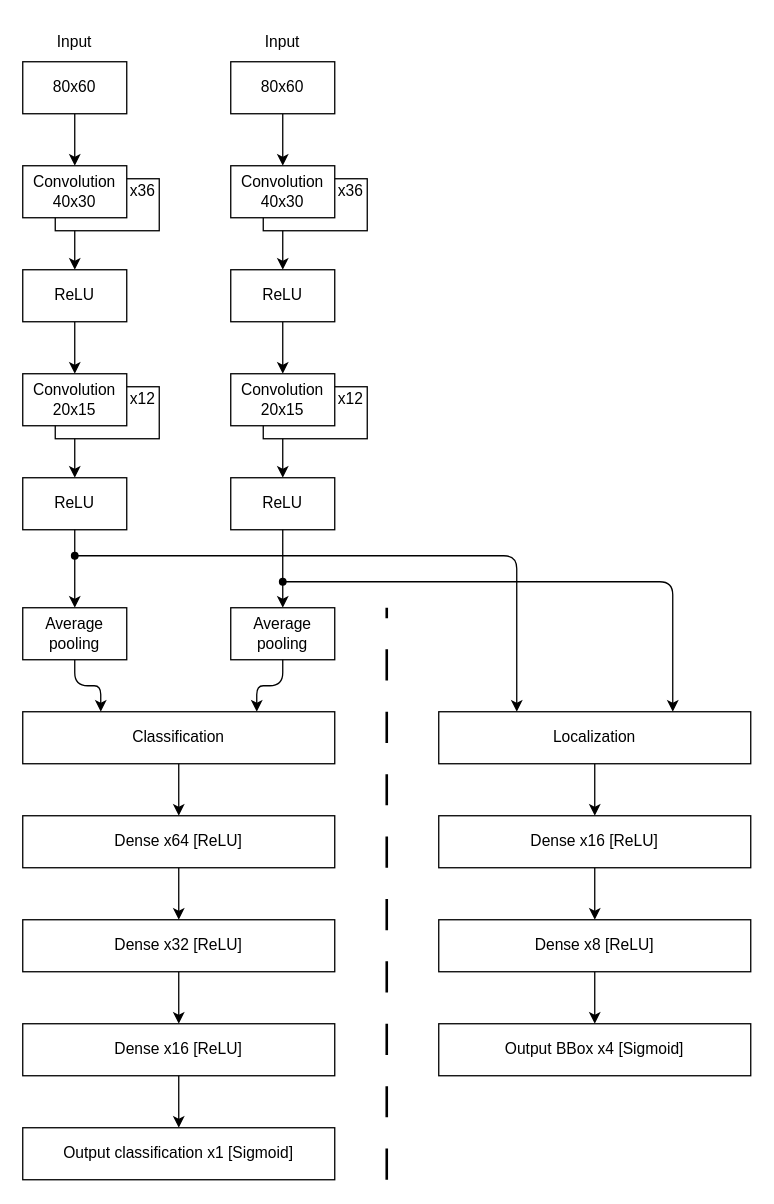
Earlier version of the draw.io diagram documentation/Model_architecture.drawio (Trondster/CS4140). Source tidied: cells renumbered, new cells numbered last; positions are measured from the earlier drawing's top-left corner, leaving out a move shared by most shapes. Both pictures are drawn from the tidied source at 130%, with x=0, y=0 at pixel (22, 22).
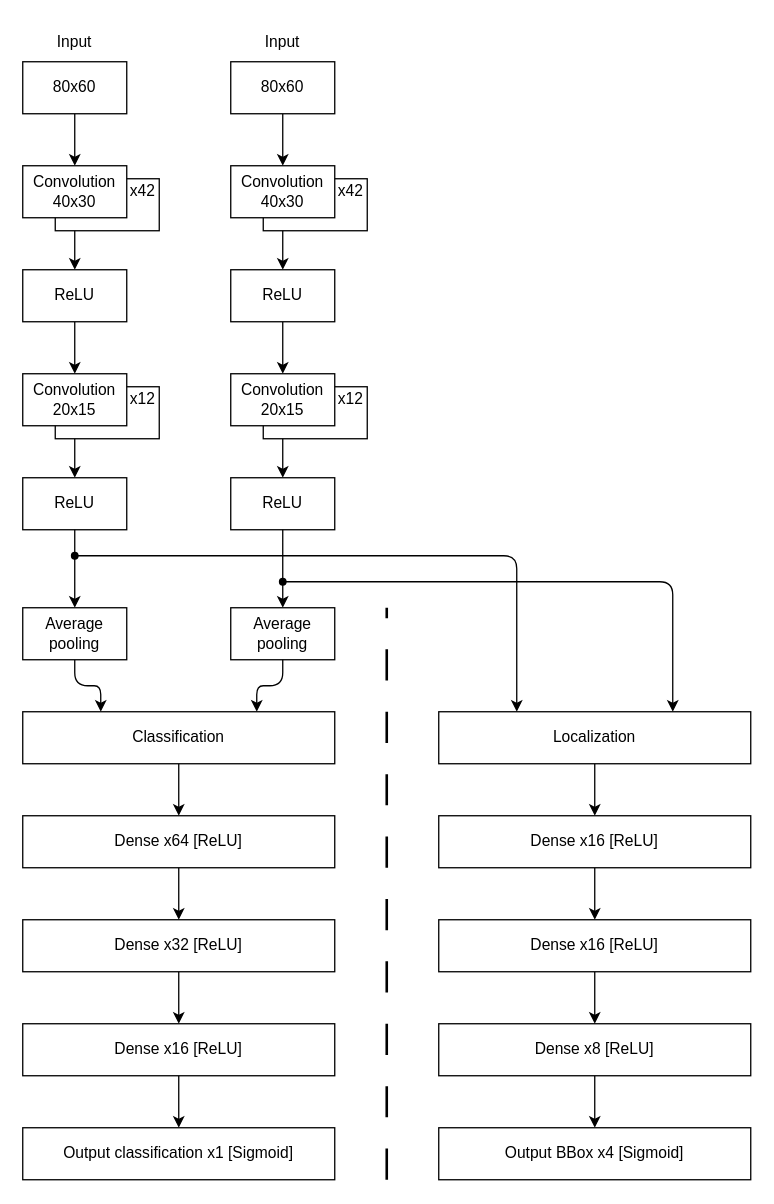
The same diagram, later.

Commit message (it also covers changes not shown here):
Added newest model h file

The change refers to these unchanged cells:
```xml
<mxCell id="7" style="group;" parent="1" vertex="1">
  <mxGeometry y="110" width="105" height="50" as="geometry" />
</mxCell>
<mxCell id="18" style="group;" parent="1" vertex="1">
  <mxGeometry x="160" y="110" width="105" height="50" as="geometry" />
</mxCell>
<mxCell id="53" value="Dense x16 [ReLU]" style="rounded=0;whiteSpace=wrap;html=1;" parent="1" vertex="1">
  <mxGeometry x="320" y="610" width="240" height="40" as="geometry" />
</mxCell>
```

The edit, as a diff of the source:
```diff
@@
-    <mxCell id="8" value="x36" style="rounded=0;whiteSpace=wrap;html=1;spacingTop=0;spacingLeft=55;spacingBottom=20;" parent="7" vertex="1">
+    <mxCell id="8" value="x42" style="rounded=0;whiteSpace=wrap;html=1;spacingTop=0;spacingLeft=55;spacingBottom=20;" parent="7" vertex="1">
       <mxGeometry x="25" y="10" width="80" height="40" as="geometry" />
     </mxCell>
@@
-    <mxCell id="19" value="x36" style="rounded=0;whiteSpace=wrap;html=1;spacingTop=0;spacingLeft=55;spacingBottom=20;" parent="18" vertex="1">
+    <mxCell id="19" value="x42" style="rounded=0;whiteSpace=wrap;html=1;spacingTop=0;spacingLeft=55;spacingBottom=20;" parent="18" vertex="1">
       <mxGeometry x="25" y="10" width="80" height="40" as="geometry" />
     </mxCell>
@@
-    <mxCell id="52" style="edgeStyle=orthogonalEdgeStyle;rounded=0;jettySize=auto;html=1;exitX=0.5;exitY=1;exitDx=0;exitDy=0;entryX=0.5;entryY=0;entryDx=0;entryDy=0;" parent="1" edge="1" source="53" target="55">
-      <mxGeometry relative="1" as="geometry" />
-    </mxCell>
+    <mxCell id="59" style="edgeStyle=orthogonalEdgeStyle;rounded=0;jettySize=auto;html=1;exitX=0.5;exitY=1;exitDx=0;exitDy=0;entryX=0.5;entryY=0;entryDx=0;entryDy=0;" parent="1" edge="1" source="53" target="61">
+      <mxGeometry relative="1" as="geometry" />
+    </mxCell>
@@
     <mxCell id="55" value="Dense x8 [ReLU]" style="rounded=0;whiteSpace=wrap;html=1;" parent="1" vertex="1">
-      <mxGeometry x="320" y="690" width="240" height="40" as="geometry" />
+      <mxGeometry x="320" y="770" width="240" height="40" as="geometry" />
     </mxCell>
     <mxCell id="56" value="Output BBox x4 [Sigmoid]" style="rounded=0;whiteSpace=wrap;html=1;" parent="1" vertex="1">
-      <mxGeometry x="320" y="770" width="240" height="40" as="geometry" />
+      <mxGeometry x="320" y="850" width="240" height="40" as="geometry" />
     </mxCell>
@@
+    <mxCell id="60" style="edgeStyle=orthogonalEdgeStyle;rounded=0;jettySize=auto;html=1;exitX=0.5;exitY=1;exitDx=0;exitDy=0;entryX=0.5;entryY=0;entryDx=0;entryDy=0;" parent="1" edge="1" source="61" target="55">
+      <mxGeometry relative="1" as="geometry" />
+    </mxCell>
+    <mxCell id="61" value="Dense x16 [ReLU]" style="rounded=0;whiteSpace=wrap;html=1;" parent="1" vertex="1">
+      <mxGeometry x="320" y="690" width="240" height="40" as="geometry" />
+    </mxCell>
```
